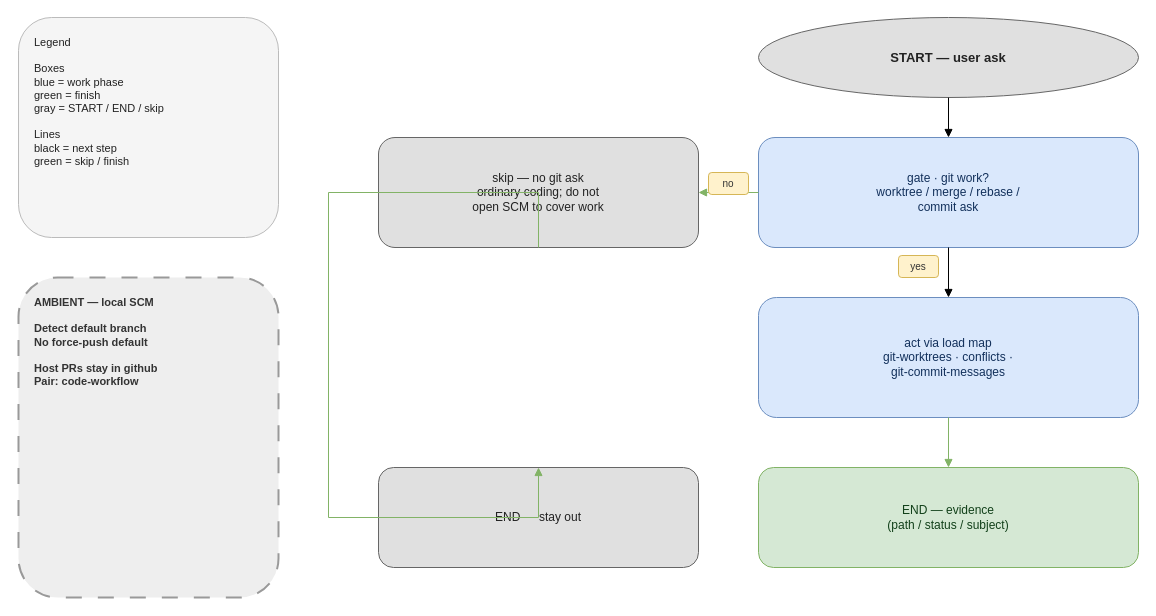
Before: plugins/git/docs/git-workflow.drawio in nodadyoushutup/marketplace, a draw.io diagram. Source tidied: cells renumbered, new cells numbered last; positions are measured from the earlier drawing's top-left corner, leaving out a move shared by most shapes. Both pictures are drawn from the tidied source at 100%, with x=0, y=0 at pixel (18, 17).
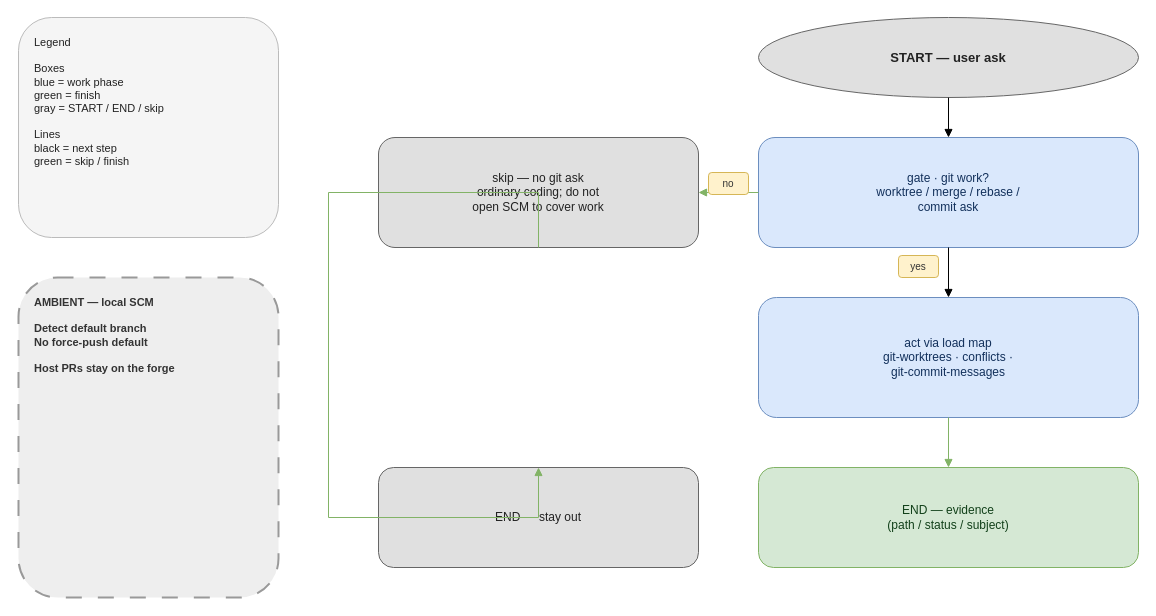
The same diagram, later.

What changed in the source:
```diff
@@
 <mxGraphModel>
   <root>
     <mxCell id="0" />
     <mxCell id="1" parent="0" />
     <mxCell id="2" value="Legend&#10;&#10;Boxes&#10;blue = work phase&#10;green = finish&#10;gray = START / END / skip&#10;&#10;Lines&#10;black = next step&#10;green = skip / finish" style="rounded=1;whiteSpace=wrap;html=1;align=left;verticalAlign=top;spacingLeft=14;spacingRight=14;spacingTop=12;spacingBottom=12;fontSize=11;fillColor=#f5f5f5;strokeColor=#bbbbbb;fontColor=#222222;" parent="1" vertex="1">
       <mxGeometry width="260" height="220" as="geometry" />
     </mxCell>
-    <mxCell id="3" value="AMBIENT — local SCM&#10;&#10;Detect default branch&#10;No force-push default&#10;&#10;Host PRs stay in github&#10;Pair: code-workflow" style="rounded=1;whiteSpace=wrap;html=1;dashed=1;dashPattern=8 8;align=left;verticalAlign=top;spacingLeft=14;spacingRight=14;spacingTop=12;spacingBottom=12;fontSize=11;fontStyle=1;fillColor=#eeeeee;strokeColor=#999999;strokeWidth=2;fontColor=#333333;" parent="1" vertex="1">
+    <mxCell id="3" value="AMBIENT — local SCM&#10;&#10;Detect default branch&#10;No force-push default&#10;&#10;Host PRs stay on the forge&#10;" style="rounded=1;whiteSpace=wrap;html=1;dashed=1;dashPattern=8 8;align=left;verticalAlign=top;spacingLeft=14;spacingRight=14;spacingTop=12;spacingBottom=12;fontSize=11;fontStyle=1;fillColor=#eeeeee;strokeColor=#999999;strokeWidth=2;fontColor=#333333;" parent="1" vertex="1">
       <mxGeometry y="260" width="260" height="320" as="geometry" />
     </mxCell>
     <mxCell id="4" value="START — user ask" style="ellipse;whiteSpace=wrap;html=1;align=center;verticalAlign=middle;fontSize=13;fontStyle=1;fillColor=#e0e0e0;strokeColor=#666666;fontColor=#222222;" parent="1" vertex="1">
       <mxGeometry x="740" width="380" height="80" as="geometry" />
     </mxCell>
     <mxCell id="5" value="gate · git work?&#10;worktree / merge / rebase /&#10;commit ask" style="rounded=1;whiteSpace=wrap;html=1;align=center;verticalAlign=middle;spacingLeft=12;spacingRight=12;fontSize=12;fillColor=#dae8fc;strokeColor=#6c8ebf;fontColor=#12305B;" parent="1" vertex="1">
       <mxGeometry x="740" y="120" width="380" height="110" as="geometry" />
     </mxCell>
     <mxCell id="6" value="skip — no git ask&#10;ordinary coding; do not&#10;open SCM to cover work" style="rounded=1;whiteSpace=wrap;html=1;align=center;verticalAlign=middle;spacingLeft=12;spacingRight=12;fontSize=12;fillColor=#e0e0e0;strokeColor=#666666;fontColor=#222222;" parent="1" vertex="1">
       <mxGeometry x="360" y="120" width="320" height="110" as="geometry" />
     </mxCell>
     <mxCell id="7" value="act via load map&#10;git-worktrees · conflicts ·&#10;git-commit-messages" style="rounded=1;whiteSpace=wrap;html=1;align=center;verticalAlign=middle;spacingLeft=12;spacingRight=12;fontSize=12;fillColor=#dae8fc;strokeColor=#6c8ebf;fontColor=#12305B;" parent="1" vertex="1">
       <mxGeometry x="740" y="280" width="380" height="120" as="geometry" />
     </mxCell>
     <mxCell id="8" value="END — evidence&#10;(path / status / subject)" style="rounded=1;whiteSpace=wrap;html=1;align=center;verticalAlign=middle;spacingLeft=12;spacingRight=12;fontSize=12;fillColor=#d5e8d4;strokeColor=#82b366;fontColor=#12401A;" parent="1" vertex="1">
       <mxGeometry x="740" y="450" width="380" height="100" as="geometry" />
     </mxCell>
     <mxCell id="9" value="END — stay out" style="rounded=1;whiteSpace=wrap;html=1;align=center;verticalAlign=middle;spacingLeft=12;spacingRight=12;fontSize=12;fillColor=#e0e0e0;strokeColor=#666666;fontColor=#222222;" parent="1" vertex="1">
       <mxGeometry x="360" y="450" width="320" height="100" as="geometry" />
     </mxCell>
     <mxCell id="10" style="edgeStyle=orthogonalEdgeStyle;rounded=0;html=1;endArrow=block;jumpStyle=arc;jumpSize=10;exitX=0.5;exitY=1;entryX=0.5;entryY=0;" parent="1" edge="1" source="4" target="5">
       <mxGeometry relative="1" as="geometry" />
     </mxCell>
     <mxCell id="11" style="edgeStyle=orthogonalEdgeStyle;rounded=0;html=1;endArrow=block;jumpStyle=arc;jumpSize=10;strokeColor=#82b366;exitX=0;exitY=0.5;entryX=1;entryY=0.5;" parent="1" edge="1" source="5" target="6">
       <mxGeometry relative="1" as="geometry" />
     </mxCell>
     <mxCell id="12" value="no" style="rounded=1;whiteSpace=wrap;html=1;align=center;verticalAlign=middle;fontSize=10;fillColor=#fff2cc;strokeColor=#d6b656;fontColor=#333333;" parent="1" vertex="1">
       <mxGeometry x="690" y="155" width="40" height="22" as="geometry" />
     </mxCell>
     <mxCell id="13" style="edgeStyle=orthogonalEdgeStyle;rounded=0;html=1;endArrow=block;jumpStyle=arc;jumpSize=10;exitX=0.5;exitY=1;entryX=0.5;entryY=0;" parent="1" edge="1" source="5" target="7">
       <mxGeometry relative="1" as="geometry" />
     </mxCell>
     <mxCell id="14" value="yes" style="rounded=1;whiteSpace=wrap;html=1;align=center;verticalAlign=middle;fontSize=10;fillColor=#fff2cc;strokeColor=#d6b656;fontColor=#333333;" parent="1" vertex="1">
       <mxGeometry x="880" y="238" width="40" height="22" as="geometry" />
     </mxCell>
     <mxCell id="15" style="edgeStyle=orthogonalEdgeStyle;rounded=0;html=1;endArrow=block;jumpStyle=arc;jumpSize=10;strokeColor=#82b366;exitX=0.5;exitY=1;entryX=0.5;entryY=0;" parent="1" edge="1" source="7" target="8">
       <mxGeometry relative="1" as="geometry" />
     </mxCell>
     <mxCell id="16" style="edgeStyle=orthogonalEdgeStyle;rounded=0;html=1;endArrow=block;jumpStyle=arc;jumpSize=10;strokeColor=#82b366;exitX=0.5;exitY=1;entryX=0.5;entryY=0;" parent="1" edge="1" source="6" target="9">
       <mxGeometry relative="1" as="geometry">
         <Array as="points">
           <mxPoint x="310" y="175" />
           <mxPoint x="310" y="500" />
         </Array>
       </mxGeometry>
     </mxCell>
   </root>
 </mxGraphModel>
```
